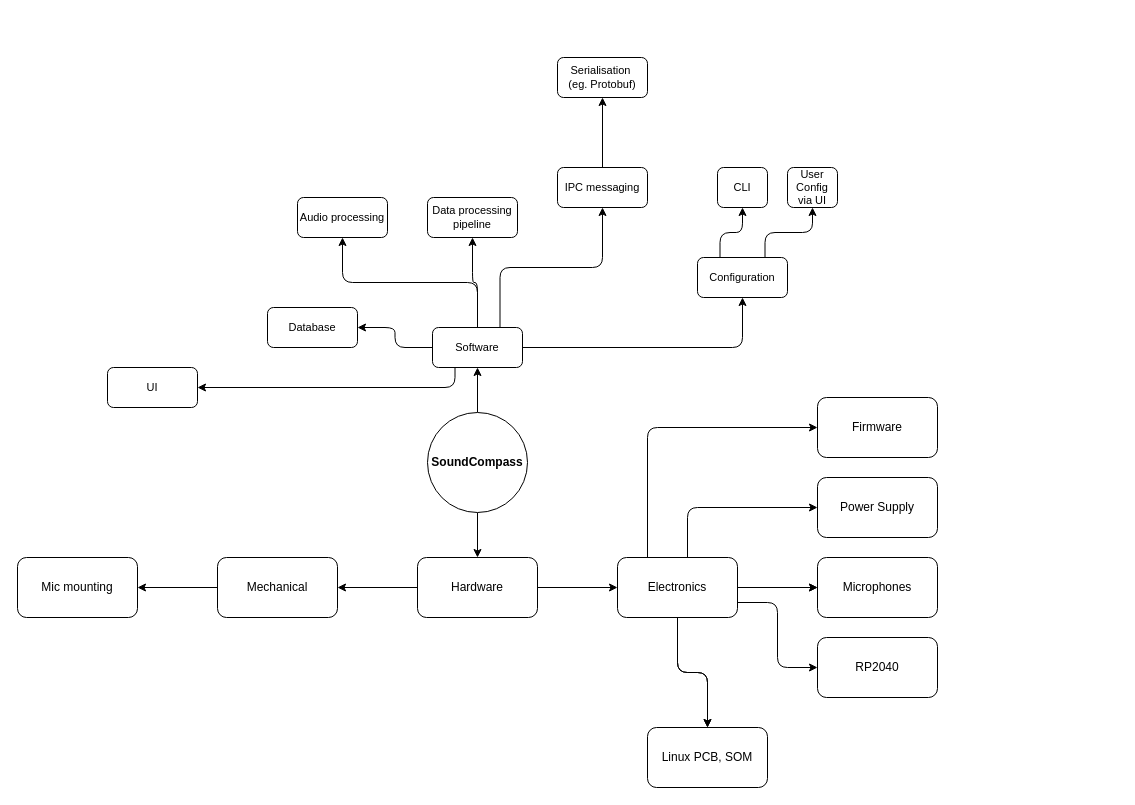
Above: page "Task Mind Map" (2 of 6) of doc/System Block Diagram.drawio in jbrryhooves/sound-compass (draw.io), before the change. Source tidied: cells renumbered, new cells numbered last; positions are measured from the earlier drawing's top-left corner, leaving out a move shared by most shapes. Both pictures are drawn from the tidied source at 100%, with x=0, y=0 at pixel (17, 57).
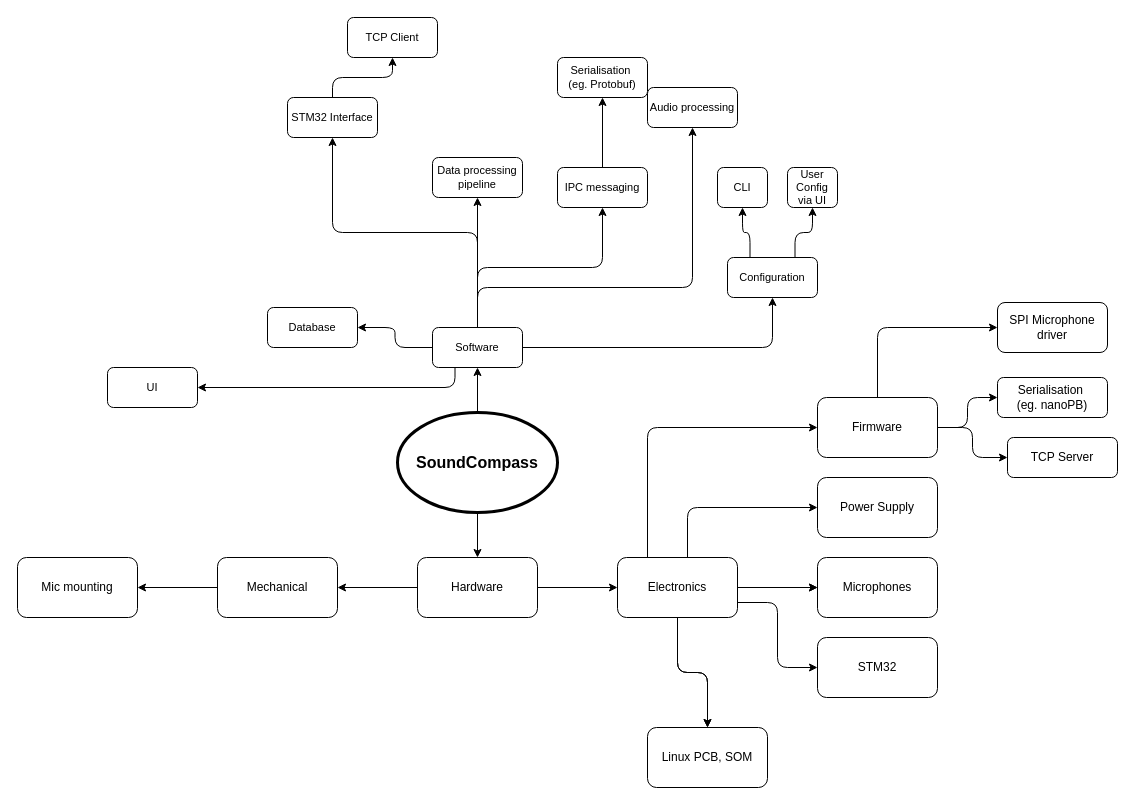
After the change.

Unchanged cells that the change refers to:
```xml
<mxCell id="11" value="Software" style="rounded=1;whiteSpace=wrap;html=1;fontFamily=Helvetica;fontSize=11;fontColor=default;" parent="1" vertex="1">
  <mxGeometry x="415" y="270" width="90" height="40" as="geometry" />
</mxCell>
<mxCell id="38" value="IPC messaging" style="rounded=1;whiteSpace=wrap;html=1;fontFamily=Helvetica;fontSize=11;fontColor=default;" parent="1" vertex="1">
  <mxGeometry x="540" y="110" width="90" height="40" as="geometry" />
</mxCell>
<mxCell id="42" value="Firmware" style="whiteSpace=wrap;html=1;rounded=1;fontStyle=0;" parent="1" vertex="1">
  <mxGeometry x="800" y="340" width="120" height="60" as="geometry" />
</mxCell>
```

The edit, as a diff of the source:
```diff
@@
-    <mxCell id="4" value="SoundCompass" style="ellipse;whiteSpace=wrap;html=1;fontStyle=1;" parent="1" vertex="1">
-      <mxGeometry x="410" y="355" width="100" height="100" as="geometry" />
+    <mxCell id="4" value="SoundCompass" style="ellipse;whiteSpace=wrap;html=1;fontStyle=1;fontSize=16;strokeWidth=3;" parent="1" vertex="1">
+      <mxGeometry x="380" y="355" width="160" height="100" as="geometry" />
     </mxCell>
@@
     <mxCell id="6" style="edgeStyle=orthogonalEdgeStyle;shape=connector;curved=0;rounded=1;jettySize=auto;html=1;labelBackgroundColor=default;strokeColor=default;align=center;verticalAlign=middle;fontFamily=Helvetica;fontSize=11;fontColor=default;endArrow=classic;exitX=0.5;exitY=0;exitDx=0;exitDy=0;" parent="1" edge="1" source="11" target="31">
-      <mxGeometry relative="1" as="geometry" />
+      <mxGeometry relative="1" as="geometry">
+        <Array as="points">
+          <mxPoint x="460" y="230" />
+          <mxPoint x="675" y="230" />
+        </Array>
+      </mxGeometry>
     </mxCell>
@@
-    <mxCell id="10" style="edgeStyle=orthogonalEdgeStyle;shape=connector;curved=0;rounded=1;jettySize=auto;html=1;exitX=0.75;exitY=0;exitDx=0;exitDy=0;entryX=0.5;entryY=1;entryDx=0;entryDy=0;labelBackgroundColor=default;strokeColor=default;align=center;verticalAlign=middle;fontFamily=Helvetica;fontSize=11;fontColor=default;endArrow=classic;" parent="1" edge="1" source="11" target="38">
+    <mxCell id="10" style="edgeStyle=orthogonalEdgeStyle;shape=connector;curved=0;rounded=1;jettySize=auto;html=1;exitX=0.5;exitY=0;exitDx=0;exitDy=0;entryX=0.5;entryY=1;entryDx=0;entryDy=0;labelBackgroundColor=default;strokeColor=default;align=center;verticalAlign=middle;fontFamily=Helvetica;fontSize=11;fontColor=default;endArrow=classic;" parent="1" edge="1" source="11" target="38">
       <mxGeometry relative="1" as="geometry" />
     </mxCell>
+    <mxCell id="43" style="edgeStyle=orthogonalEdgeStyle;shape=connector;curved=0;rounded=1;jettySize=auto;html=1;exitX=0.5;exitY=0;exitDx=0;exitDy=0;labelBackgroundColor=default;strokeColor=default;align=center;verticalAlign=middle;fontFamily=Helvetica;fontSize=11;fontColor=default;endArrow=classic;entryX=0.5;entryY=1;entryDx=0;entryDy=0;" parent="1" edge="1" source="11" target="49">
+      <mxGeometry relative="1" as="geometry" />
+    </mxCell>
@@
-    <mxCell id="27" value="RP2040" style="whiteSpace=wrap;html=1;rounded=1;fontStyle=0;" parent="1" vertex="1">
+    <mxCell id="27" value="STM32" style="whiteSpace=wrap;html=1;rounded=1;fontStyle=0;" parent="1" vertex="1">
       <mxGeometry x="800" y="580" width="120" height="60" as="geometry" />
     </mxCell>
@@
     <mxCell id="31" value="Audio processing" style="rounded=1;whiteSpace=wrap;html=1;fontFamily=Helvetica;fontSize=11;fontColor=default;" parent="1" vertex="1">
-      <mxGeometry x="280" y="140" width="90" height="40" as="geometry" />
+      <mxGeometry x="630" y="30" width="90" height="40" as="geometry" />
     </mxCell>
     <mxCell id="32" value="Data processing pipeline" style="rounded=1;whiteSpace=wrap;html=1;fontFamily=Helvetica;fontSize=11;fontColor=default;" parent="1" vertex="1">
-      <mxGeometry x="410" y="140" width="90" height="40" as="geometry" />
+      <mxGeometry x="415" y="100" width="90" height="40" as="geometry" />
     </mxCell>
@@
     <mxCell id="35" value="Configuration" style="rounded=1;whiteSpace=wrap;html=1;fontFamily=Helvetica;fontSize=11;fontColor=default;" parent="1" vertex="1">
-      <mxGeometry x="680" y="200" width="90" height="40" as="geometry" />
+      <mxGeometry x="710" y="200" width="90" height="40" as="geometry" />
     </mxCell>
@@
+    <mxCell id="44" style="edgeStyle=orthogonalEdgeStyle;shape=connector;curved=0;rounded=1;jettySize=auto;html=1;exitX=0.5;exitY=0;exitDx=0;exitDy=0;entryX=0;entryY=0.5;entryDx=0;entryDy=0;labelBackgroundColor=default;strokeColor=default;align=center;verticalAlign=middle;fontFamily=Helvetica;fontSize=11;fontColor=default;endArrow=classic;" parent="1" edge="1" source="42" target="47">
+      <mxGeometry relative="1" as="geometry" />
+    </mxCell>
+    <mxCell id="45" style="edgeStyle=orthogonalEdgeStyle;shape=connector;curved=0;rounded=1;jettySize=auto;html=1;exitX=1;exitY=0.5;exitDx=0;exitDy=0;entryX=0;entryY=0.5;entryDx=0;entryDy=0;labelBackgroundColor=default;strokeColor=default;align=center;verticalAlign=middle;fontFamily=Helvetica;fontSize=11;fontColor=default;endArrow=classic;" parent="1" edge="1" source="42" target="51">
+      <mxGeometry relative="1" as="geometry" />
+    </mxCell>
+    <mxCell id="46" style="edgeStyle=orthogonalEdgeStyle;shape=connector;curved=0;rounded=1;jettySize=auto;html=1;exitX=1;exitY=0.5;exitDx=0;exitDy=0;entryX=0;entryY=0.5;entryDx=0;entryDy=0;labelBackgroundColor=default;strokeColor=default;align=center;verticalAlign=middle;fontFamily=Helvetica;fontSize=11;fontColor=default;endArrow=classic;" parent="1" edge="1" source="42" target="52">
+      <mxGeometry relative="1" as="geometry" />
+    </mxCell>
@@
+    <mxCell id="47" value="SPI Microphone driver" style="whiteSpace=wrap;html=1;rounded=1;fontStyle=0;" parent="1" vertex="1">
+      <mxGeometry x="980" y="245" width="110" height="50" as="geometry" />
+    </mxCell>
+    <mxCell id="48" style="edgeStyle=orthogonalEdgeStyle;shape=connector;curved=0;rounded=1;jettySize=auto;html=1;exitX=0.5;exitY=0;exitDx=0;exitDy=0;labelBackgroundColor=default;strokeColor=default;align=center;verticalAlign=middle;fontFamily=Helvetica;fontSize=11;fontColor=default;endArrow=classic;entryX=0.5;entryY=1;entryDx=0;entryDy=0;" parent="1" edge="1" source="49" target="50">
+      <mxGeometry relative="1" as="geometry" />
+    </mxCell>
+    <mxCell id="49" value="STM32 Interface" style="rounded=1;whiteSpace=wrap;html=1;fontFamily=Helvetica;fontSize=11;fontColor=default;" parent="1" vertex="1">
+      <mxGeometry x="270" y="40" width="90" height="40" as="geometry" />
+    </mxCell>
+    <mxCell id="50" value="TCP Client" style="rounded=1;whiteSpace=wrap;html=1;fontFamily=Helvetica;fontSize=11;fontColor=default;" parent="1" vertex="1">
+      <mxGeometry x="330" y="-40" width="90" height="40" as="geometry" />
+    </mxCell>
+    <mxCell id="51" value="TCP Server" style="whiteSpace=wrap;html=1;rounded=1;fontStyle=0;" parent="1" vertex="1">
+      <mxGeometry x="990" y="380" width="110" height="40" as="geometry" />
+    </mxCell>
+    <mxCell id="52" value="Serialisation&amp;nbsp;&lt;br&gt;(eg. nanoPB)" style="whiteSpace=wrap;html=1;rounded=1;fontStyle=0;" parent="1" vertex="1">
+      <mxGeometry x="980" y="320" width="110" height="40" as="geometry" />
+    </mxCell>
```
